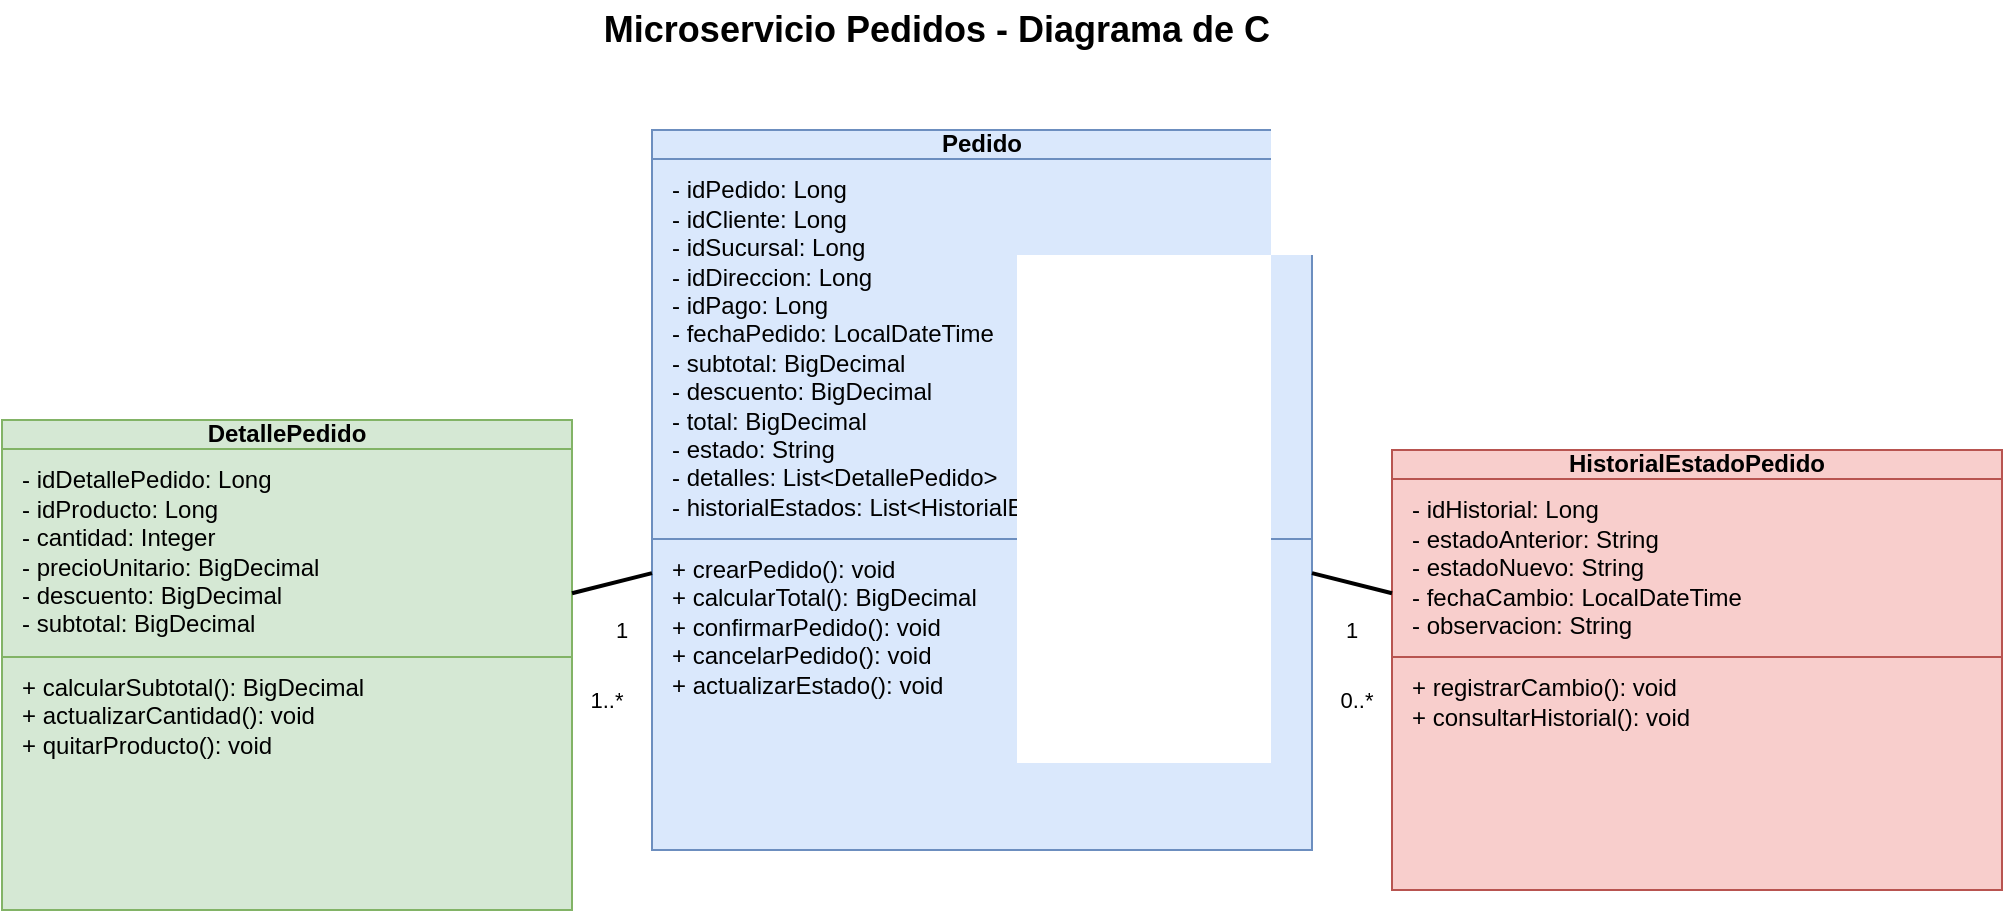
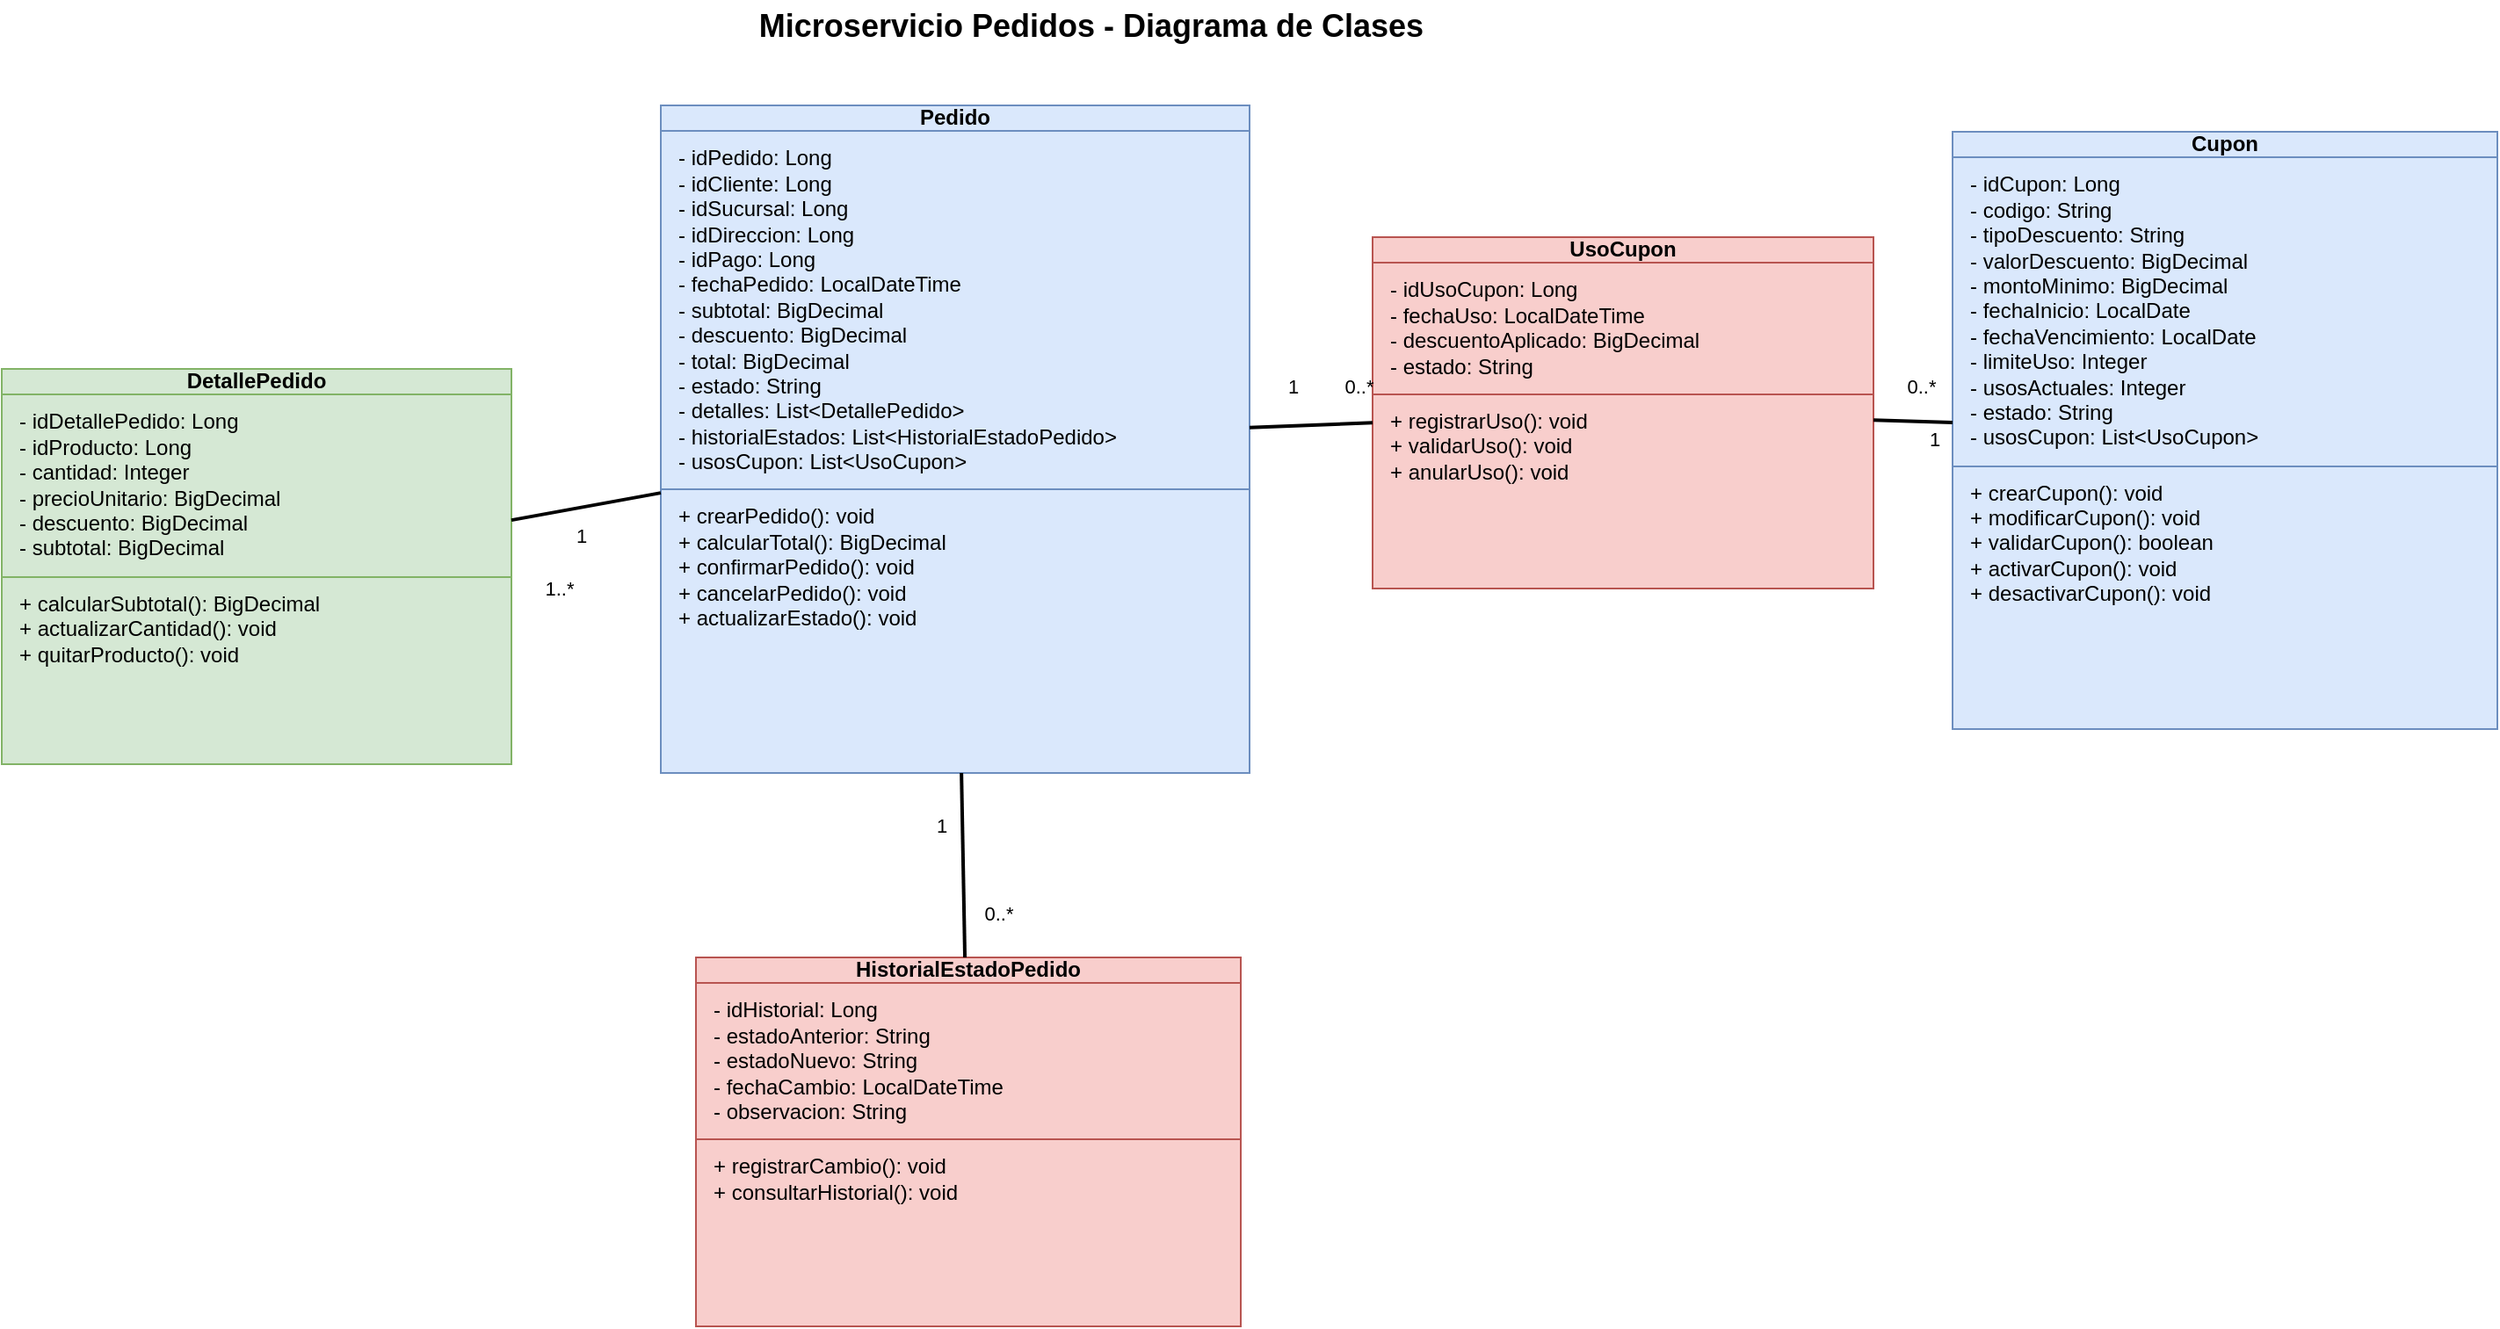
<mxfile host="app.diagrams.net" modified="2026-06-21T00:00:00.000Z" agent="Codex" version="24.7.17" type="device">
  <diagram id="pedido-diagrama-clases" name="Diagrama Pedido">
-     <mxGraphModel dx="1186" dy="768" grid="1" gridSize="10" guides="1" tooltips="1" connect="1" arrows="1" fold="1" page="1" pageScale="1" pageWidth="1169" pageHeight="827" math="0" shadow="0">
+     <mxGraphModel dx="1280" dy="820" grid="1" gridSize="10" guides="1" tooltips="1" connect="1" arrows="1" fold="1" page="1" pageScale="1" pageWidth="1400" pageHeight="900" math="0" shadow="0">
      <root>
        <mxCell id="0"/>
        <mxCell id="1" parent="0"/>
        <mxCell id="title" value="Microservicio Pedidos - Diagrama de Clases" style="text;html=1;strokeColor=none;fillColor=none;align=center;verticalAlign=middle;whiteSpace=wrap;rounded=0;fontStyle=1;fontSize=18;" vertex="1" parent="1">
-           <mxGeometry x="315" y="45" width="540" height="30" as="geometry"/>
+           <mxGeometry x="430" y="35" width="540" height="30" as="geometry"/>
        </mxCell>
-         <mxCell id="Pedido" value="&lt;table border=&quot;0&quot; cellpadding=&quot;0&quot; cellspacing=&quot;0&quot; width=&quot;100%&quot;&gt;&lt;tr&gt;&lt;td align=&quot;center&quot;&gt;&lt;b&gt;Pedido&lt;/b&gt;&lt;/td&gt;&lt;/tr&gt;&lt;tr&gt;&lt;td style=&quot;border-top:1px solid #6c8ebf;padding:8px 10px;&quot; align=&quot;left&quot;&gt;- idPedido: Long&lt;br&gt;- idCliente: Long&lt;br&gt;- idSucursal: Long&lt;br&gt;- idDireccion: Long&lt;br&gt;- idPago: Long&lt;br&gt;- fechaPedido: LocalDateTime&lt;br&gt;- subtotal: BigDecimal&lt;br&gt;- descuento: BigDecimal&lt;br&gt;- total: BigDecimal&lt;br&gt;- estado: String&lt;br&gt;- detalles: List&amp;lt;DetallePedido&amp;gt;&lt;br&gt;- historialEstados: List&amp;lt;HistorialEstadoPedido&amp;gt;&lt;/td&gt;&lt;/tr&gt;&lt;tr&gt;&lt;td style=&quot;border-top:1px solid #6c8ebf;padding:8px 10px;&quot; align=&quot;left&quot;&gt;+ crearPedido(): void&lt;br&gt;+ calcularTotal(): BigDecimal&lt;br&gt;+ confirmarPedido(): void&lt;br&gt;+ cancelarPedido(): void&lt;br&gt;+ actualizarEstado(): void&lt;/td&gt;&lt;/tr&gt;&lt;/table&gt;" style="rounded=0;whiteSpace=wrap;html=1;fillColor=#dae8fc;strokeColor=#6c8ebf;fontSize=12;align=center;verticalAlign=top;spacing=0;overflow=fill;" vertex="1" parent="1">
-           <mxGeometry x="420" y="110" width="330" height="360" as="geometry"/>
+         <mxCell id="Pedido" value="&lt;table border=&quot;0&quot; cellpadding=&quot;0&quot; cellspacing=&quot;0&quot; width=&quot;100%&quot;&gt;&lt;tr&gt;&lt;td align=&quot;center&quot;&gt;&lt;b&gt;Pedido&lt;/b&gt;&lt;/td&gt;&lt;/tr&gt;&lt;tr&gt;&lt;td style=&quot;border-top:1px solid #6c8ebf;padding:8px 10px;&quot; align=&quot;left&quot;&gt;- idPedido: Long&lt;br&gt;- idCliente: Long&lt;br&gt;- idSucursal: Long&lt;br&gt;- idDireccion: Long&lt;br&gt;- idPago: Long&lt;br&gt;- fechaPedido: LocalDateTime&lt;br&gt;- subtotal: BigDecimal&lt;br&gt;- descuento: BigDecimal&lt;br&gt;- total: BigDecimal&lt;br&gt;- estado: String&lt;br&gt;- detalles: List&amp;lt;DetallePedido&amp;gt;&lt;br&gt;- historialEstados: List&amp;lt;HistorialEstadoPedido&amp;gt;&lt;br&gt;- usosCupon: List&amp;lt;UsoCupon&amp;gt;&lt;/td&gt;&lt;/tr&gt;&lt;tr&gt;&lt;td style=&quot;border-top:1px solid #6c8ebf;padding:8px 10px;&quot; align=&quot;left&quot;&gt;+ crearPedido(): void&lt;br&gt;+ calcularTotal(): BigDecimal&lt;br&gt;+ confirmarPedido(): void&lt;br&gt;+ cancelarPedido(): void&lt;br&gt;+ actualizarEstado(): void&lt;/td&gt;&lt;/tr&gt;&lt;/table&gt;" style="rounded=0;whiteSpace=wrap;html=1;fillColor=#dae8fc;strokeColor=#6c8ebf;fontSize=12;align=center;verticalAlign=top;spacing=0;overflow=fill;" vertex="1" parent="1">
+           <mxGeometry x="455" y="95" width="335" height="380" as="geometry"/>
        </mxCell>
        <mxCell id="DetallePedido" value="&lt;table border=&quot;0&quot; cellpadding=&quot;0&quot; cellspacing=&quot;0&quot; width=&quot;100%&quot;&gt;&lt;tr&gt;&lt;td align=&quot;center&quot;&gt;&lt;b&gt;DetallePedido&lt;/b&gt;&lt;/td&gt;&lt;/tr&gt;&lt;tr&gt;&lt;td style=&quot;border-top:1px solid #82b366;padding:8px 10px;&quot; align=&quot;left&quot;&gt;- idDetallePedido: Long&lt;br&gt;- idProducto: Long&lt;br&gt;- cantidad: Integer&lt;br&gt;- precioUnitario: BigDecimal&lt;br&gt;- descuento: BigDecimal&lt;br&gt;- subtotal: BigDecimal&lt;/td&gt;&lt;/tr&gt;&lt;tr&gt;&lt;td style=&quot;border-top:1px solid #82b366;padding:8px 10px;&quot; align=&quot;left&quot;&gt;+ calcularSubtotal(): BigDecimal&lt;br&gt;+ actualizarCantidad(): void&lt;br&gt;+ quitarProducto(): void&lt;/td&gt;&lt;/tr&gt;&lt;/table&gt;" style="rounded=0;whiteSpace=wrap;html=1;fillColor=#d5e8d4;strokeColor=#82b366;fontSize=12;align=center;verticalAlign=top;spacing=0;overflow=fill;" vertex="1" parent="1">
-           <mxGeometry x="95" y="255" width="285" height="245" as="geometry"/>
+           <mxGeometry x="80" y="245" width="290" height="225" as="geometry"/>
        </mxCell>
        <mxCell id="HistorialEstadoPedido" value="&lt;table border=&quot;0&quot; cellpadding=&quot;0&quot; cellspacing=&quot;0&quot; width=&quot;100%&quot;&gt;&lt;tr&gt;&lt;td align=&quot;center&quot;&gt;&lt;b&gt;HistorialEstadoPedido&lt;/b&gt;&lt;/td&gt;&lt;/tr&gt;&lt;tr&gt;&lt;td style=&quot;border-top:1px solid #b85450;padding:8px 10px;&quot; align=&quot;left&quot;&gt;- idHistorial: Long&lt;br&gt;- estadoAnterior: String&lt;br&gt;- estadoNuevo: String&lt;br&gt;- fechaCambio: LocalDateTime&lt;br&gt;- observacion: String&lt;/td&gt;&lt;/tr&gt;&lt;tr&gt;&lt;td style=&quot;border-top:1px solid #b85450;padding:8px 10px;&quot; align=&quot;left&quot;&gt;+ registrarCambio(): void&lt;br&gt;+ consultarHistorial(): void&lt;/td&gt;&lt;/tr&gt;&lt;/table&gt;" style="rounded=0;whiteSpace=wrap;html=1;fillColor=#f8cecc;strokeColor=#b85450;fontSize=12;align=center;verticalAlign=top;spacing=0;overflow=fill;" vertex="1" parent="1">
-           <mxGeometry x="790" y="270" width="305" height="220" as="geometry"/>
+           <mxGeometry x="475" y="580" width="310" height="210" as="geometry"/>
        </mxCell>
-         <mxCell id="edgePedidoDetalle" value="" style="endArrow=none;html=1;rounded=0;strokeWidth=2;endFill=0;" edge="1" parent="1" source="Pedido" target="DetallePedido">
-           <mxGeometry relative="1" as="geometry"/>
+         <mxCell id="UsoCupon" value="&lt;table border=&quot;0&quot; cellpadding=&quot;0&quot; cellspacing=&quot;0&quot; width=&quot;100%&quot;&gt;&lt;tr&gt;&lt;td align=&quot;center&quot;&gt;&lt;b&gt;UsoCupon&lt;/b&gt;&lt;/td&gt;&lt;/tr&gt;&lt;tr&gt;&lt;td style=&quot;border-top:1px solid #b85450;padding:8px 10px;&quot; align=&quot;left&quot;&gt;- idUsoCupon: Long&lt;br&gt;- fechaUso: LocalDateTime&lt;br&gt;- descuentoAplicado: BigDecimal&lt;br&gt;- estado: String&lt;/td&gt;&lt;/tr&gt;&lt;tr&gt;&lt;td style=&quot;border-top:1px solid #b85450;padding:8px 10px;&quot; align=&quot;left&quot;&gt;+ registrarUso(): void&lt;br&gt;+ validarUso(): void&lt;br&gt;+ anularUso(): void&lt;/td&gt;&lt;/tr&gt;&lt;/table&gt;" style="rounded=0;whiteSpace=wrap;html=1;fillColor=#f8cecc;strokeColor=#b85450;fontSize=12;align=center;verticalAlign=top;spacing=0;overflow=fill;" vertex="1" parent="1">
+           <mxGeometry x="860" y="170" width="285" height="200" as="geometry"/>
        </mxCell>
-         <mxCell id="multPedidoDetallePedido" value="1" style="text;html=1;strokeColor=none;fillColor=none;align=center;verticalAlign=middle;whiteSpace=wrap;rounded=0;fontSize=11;" vertex="1" parent="1">
-           <mxGeometry x="390" y="350" width="30" height="20" as="geometry"/>
+         <mxCell id="Cupon" value="&lt;table border=&quot;0&quot; cellpadding=&quot;0&quot; cellspacing=&quot;0&quot; width=&quot;100%&quot;&gt;&lt;tr&gt;&lt;td align=&quot;center&quot;&gt;&lt;b&gt;Cupon&lt;/b&gt;&lt;/td&gt;&lt;/tr&gt;&lt;tr&gt;&lt;td style=&quot;border-top:1px solid #6c8ebf;padding:8px 10px;&quot; align=&quot;left&quot;&gt;- idCupon: Long&lt;br&gt;- codigo: String&lt;br&gt;- tipoDescuento: String&lt;br&gt;- valorDescuento: BigDecimal&lt;br&gt;- montoMinimo: BigDecimal&lt;br&gt;- fechaInicio: LocalDate&lt;br&gt;- fechaVencimiento: LocalDate&lt;br&gt;- limiteUso: Integer&lt;br&gt;- usosActuales: Integer&lt;br&gt;- estado: String&lt;br&gt;- usosCupon: List&amp;lt;UsoCupon&amp;gt;&lt;/td&gt;&lt;/tr&gt;&lt;tr&gt;&lt;td style=&quot;border-top:1px solid #6c8ebf;padding:8px 10px;&quot; align=&quot;left&quot;&gt;+ crearCupon(): void&lt;br&gt;+ modificarCupon(): void&lt;br&gt;+ validarCupon(): boolean&lt;br&gt;+ activarCupon(): void&lt;br&gt;+ desactivarCupon(): void&lt;/td&gt;&lt;/tr&gt;&lt;/table&gt;" style="rounded=0;whiteSpace=wrap;html=1;fillColor=#dae8fc;strokeColor=#6c8ebf;fontSize=12;align=center;verticalAlign=top;spacing=0;overflow=fill;" vertex="1" parent="1">
+           <mxGeometry x="1190" y="110" width="310" height="340" as="geometry"/>
        </mxCell>
-         <mxCell id="multPedidoDetalleDetalle" value="1..*" style="text;html=1;strokeColor=none;fillColor=none;align=center;verticalAlign=middle;whiteSpace=wrap;rounded=0;fontSize=11;" vertex="1" parent="1">
-           <mxGeometry x="375" y="385" width="45" height="20" as="geometry"/>
-         </mxCell>
-         <mxCell id="edgePedidoHistorial" value="" style="endArrow=none;html=1;rounded=0;strokeWidth=2;endFill=0;" edge="1" parent="1" source="Pedido" target="HistorialEstadoPedido">
-           <mxGeometry relative="1" as="geometry"/>
-         </mxCell>
-         <mxCell id="multPedidoHistorialPedido" value="1" style="text;html=1;strokeColor=none;fillColor=none;align=center;verticalAlign=middle;whiteSpace=wrap;rounded=0;fontSize=11;" vertex="1" parent="1">
-           <mxGeometry x="755" y="350" width="30" height="20" as="geometry"/>
-         </mxCell>
-         <mxCell id="multPedidoHistorialHistorial" value="0..*" style="text;html=1;strokeColor=none;fillColor=none;align=center;verticalAlign=middle;whiteSpace=wrap;rounded=0;fontSize=11;" vertex="1" parent="1">
-           <mxGeometry x="750" y="385" width="45" height="20" as="geometry"/>
-         </mxCell>
+         <mxCell id="edgePedidoDetalle" value="" style="endArrow=none;html=1;rounded=0;strokeWidth=2;endFill=0;" edge="1" parent="1" source="Pedido" target="DetallePedido"><mxGeometry relative="1" as="geometry"/></mxCell>
+         <mxCell id="mPedidoDetallePedido" value="1" style="text;html=1;strokeColor=none;fillColor=none;align=center;verticalAlign=middle;whiteSpace=wrap;rounded=0;fontSize=11;" vertex="1" parent="1"><mxGeometry x="395" y="330" width="30" height="20" as="geometry"/></mxCell>
+         <mxCell id="mPedidoDetalleDetalle" value="1..*" style="text;html=1;strokeColor=none;fillColor=none;align=center;verticalAlign=middle;whiteSpace=wrap;rounded=0;fontSize=11;" vertex="1" parent="1"><mxGeometry x="375" y="360" width="45" height="20" as="geometry"/></mxCell>
+         <mxCell id="edgePedidoHistorial" value="" style="endArrow=none;html=1;rounded=0;strokeWidth=2;endFill=0;" edge="1" parent="1" source="Pedido" target="HistorialEstadoPedido"><mxGeometry relative="1" as="geometry"/></mxCell>
+         <mxCell id="mPedidoHistorialPedido" value="1" style="text;html=1;strokeColor=none;fillColor=none;align=center;verticalAlign=middle;whiteSpace=wrap;rounded=0;fontSize=11;" vertex="1" parent="1"><mxGeometry x="600" y="495" width="30" height="20" as="geometry"/></mxCell>
+         <mxCell id="mPedidoHistorialHistorial" value="0..*" style="text;html=1;strokeColor=none;fillColor=none;align=center;verticalAlign=middle;whiteSpace=wrap;rounded=0;fontSize=11;" vertex="1" parent="1"><mxGeometry x="625" y="545" width="45" height="20" as="geometry"/></mxCell>
+         <mxCell id="edgePedidoUsoCupon" value="" style="endArrow=none;html=1;rounded=0;strokeWidth=2;endFill=0;" edge="1" parent="1" source="Pedido" target="UsoCupon"><mxGeometry relative="1" as="geometry"/></mxCell>
+         <mxCell id="mPedidoUsoPedido" value="1" style="text;html=1;strokeColor=none;fillColor=none;align=center;verticalAlign=middle;whiteSpace=wrap;rounded=0;fontSize=11;" vertex="1" parent="1"><mxGeometry x="800" y="245" width="30" height="20" as="geometry"/></mxCell>
+         <mxCell id="mPedidoUsoUso" value="0..*" style="text;html=1;strokeColor=none;fillColor=none;align=center;verticalAlign=middle;whiteSpace=wrap;rounded=0;fontSize=11;" vertex="1" parent="1"><mxGeometry x="830" y="245" width="45" height="20" as="geometry"/></mxCell>
+         <mxCell id="edgeUsoCuponCupon" value="" style="endArrow=none;html=1;rounded=0;strokeWidth=2;endFill=0;" edge="1" parent="1" source="UsoCupon" target="Cupon"><mxGeometry relative="1" as="geometry"/></mxCell>
+         <mxCell id="mUsoCuponCuponUso" value="0..*" style="text;html=1;strokeColor=none;fillColor=none;align=center;verticalAlign=middle;whiteSpace=wrap;rounded=0;fontSize=11;" vertex="1" parent="1"><mxGeometry x="1150" y="245" width="45" height="20" as="geometry"/></mxCell>
+         <mxCell id="mUsoCuponCupon" value="1" style="text;html=1;strokeColor=none;fillColor=none;align=center;verticalAlign=middle;whiteSpace=wrap;rounded=0;fontSize=11;" vertex="1" parent="1"><mxGeometry x="1165" y="275" width="30" height="20" as="geometry"/></mxCell>
      </root>
    </mxGraphModel>
  </diagram>
</mxfile>
